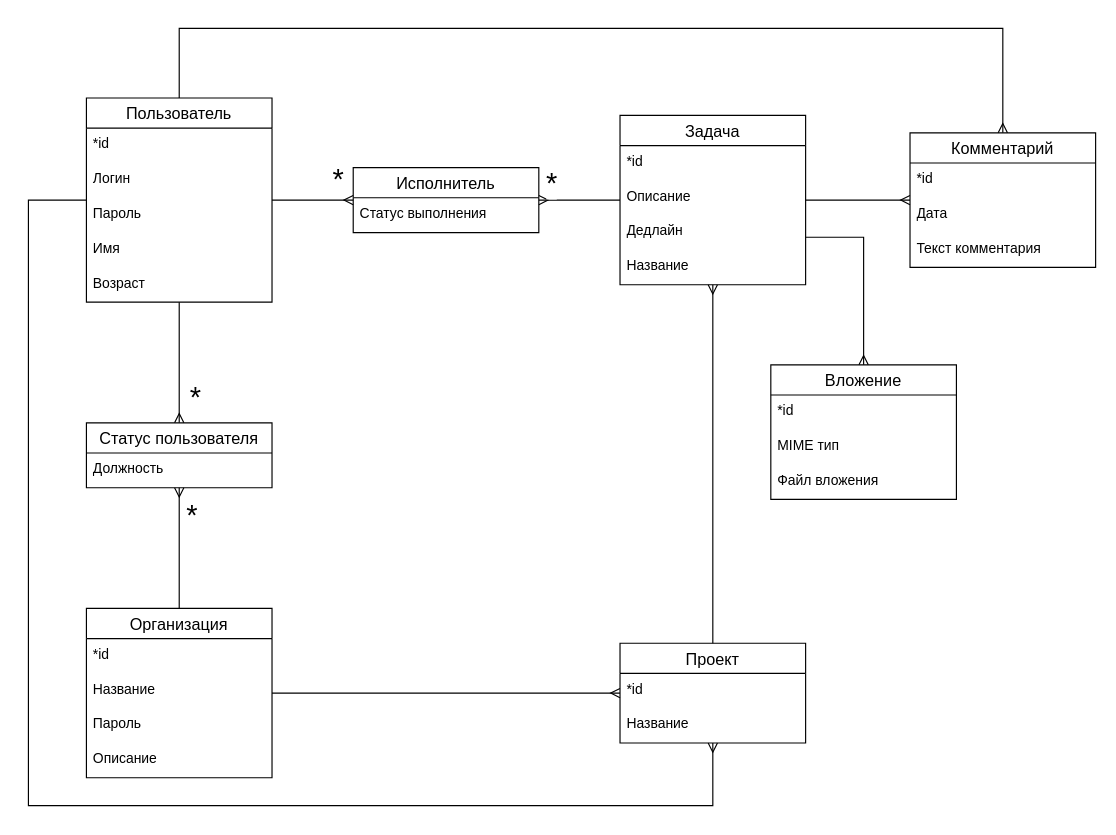
The draw.io diagram doc/erd.drawio in FYNJYserty/TaskTracker, before the edit. Source tidied: cells renumbered, new cells numbered last; positions are measured from the earlier drawing's top-left corner, leaving out a move shared by most shapes. Both pictures are drawn from the tidied source at 116%, with x=0, y=0 at pixel (28, 28).
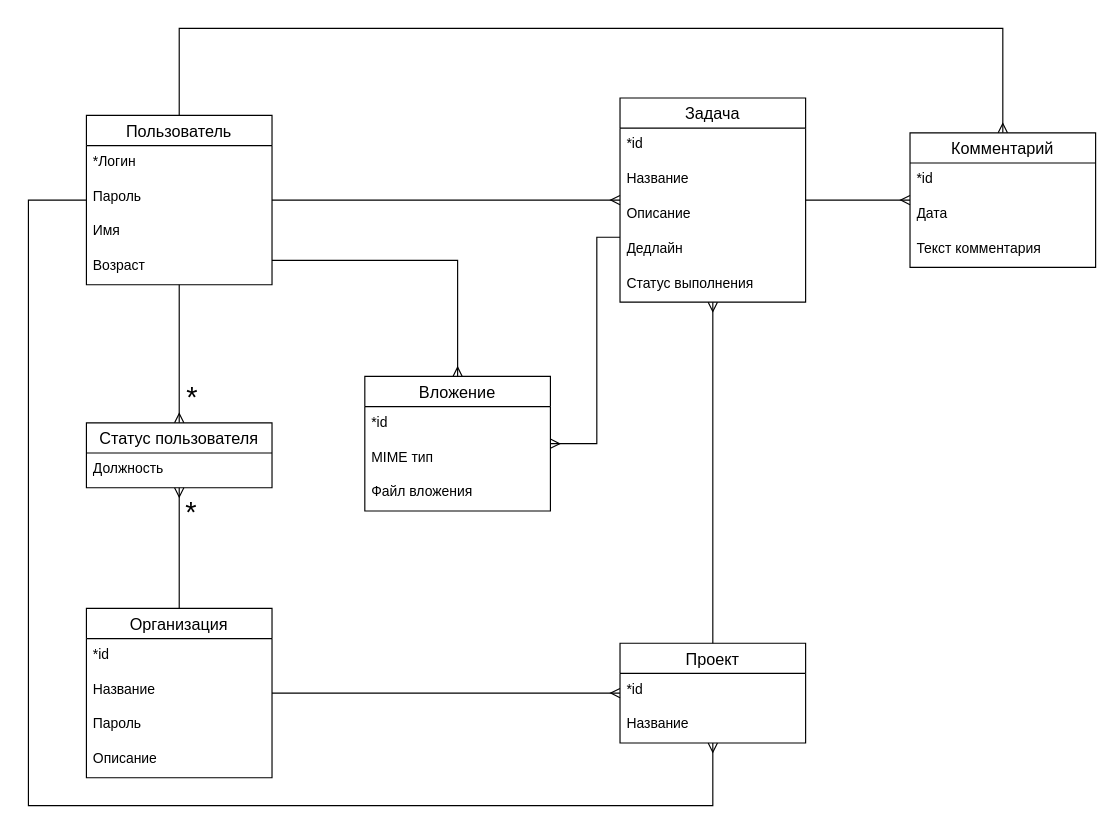
The same page after the edit.

Commit message:
Внесены правки в диаграмму

Unchanged cells that the change refers to:
```xml
<mxCell id="44" style="edgeStyle=orthogonalEdgeStyle;fontSize=12;html=1;endArrow=ERmany;rounded=0;" parent="1" edge="1" source="2" target="41">
  <mxGeometry relative="1" as="geometry" />
</mxCell>
```

Diff of the diagram source:
```diff
@@
     <mxCell id="2" value="Пользователь" style="swimlane;fontStyle=0;horizontal=1;startSize=26;align=center;fontSize=14;" parent="1" vertex="1">
-      <mxGeometry x="50" y="60" width="160" height="176" as="geometry" />
+      <mxGeometry x="50" y="75" width="160" height="146" as="geometry" />
     </mxCell>
-    <mxCell id="3" value="*id" style="text;strokeColor=none;fillColor=none;spacingLeft=4;spacingRight=4;overflow=hidden;fontSize=12;whiteSpace=wrap;html=1;" parent="2" vertex="1">
-      <mxGeometry y="26" width="160" height="30" as="geometry" />
-    </mxCell>
-    <mxCell id="4" value="Логин" style="text;strokeColor=none;fillColor=none;spacingLeft=4;spacingRight=4;overflow=hidden;fontSize=12;whiteSpace=wrap;html=1;" parent="2" vertex="1">
-      <mxGeometry y="56" width="160" height="30" as="geometry" />
+    <mxCell id="4" value="*Логин" style="text;strokeColor=none;fillColor=none;spacingLeft=4;spacingRight=4;overflow=hidden;fontSize=12;whiteSpace=wrap;html=1;" parent="2" vertex="1">
+      <mxGeometry y="26" width="160" height="30" as="geometry" />
     </mxCell>
     <mxCell id="5" value="Пароль" style="text;strokeColor=none;fillColor=none;spacingLeft=4;spacingRight=4;overflow=hidden;fontSize=12;whiteSpace=wrap;html=1;" parent="2" vertex="1">
-      <mxGeometry y="86" width="160" height="30" as="geometry" />
+      <mxGeometry y="56" width="160" height="30" as="geometry" />
     </mxCell>
     <mxCell id="6" value="Имя" style="text;strokeColor=none;fillColor=none;spacingLeft=4;spacingRight=4;overflow=hidden;fontSize=12;whiteSpace=wrap;html=1;" parent="2" vertex="1">
-      <mxGeometry y="116" width="160" height="30" as="geometry" />
+      <mxGeometry y="86" width="160" height="30" as="geometry" />
     </mxCell>
     <mxCell id="7" value="Возраст" style="text;strokeColor=none;fillColor=none;spacingLeft=4;spacingRight=4;overflow=hidden;fontSize=12;whiteSpace=wrap;html=1;" parent="2" vertex="1">
-      <mxGeometry y="146" width="160" height="30" as="geometry" />
+      <mxGeometry y="116" width="160" height="30" as="geometry" />
     </mxCell>
@@
     <mxCell id="13" value="Задача" style="swimlane;fontStyle=0;horizontal=1;startSize=26;align=center;fontSize=14;" parent="1" vertex="1">
-      <mxGeometry x="510" y="75" width="160" height="146" as="geometry" />
+      <mxGeometry x="510" y="60" width="160" height="176" as="geometry" />
     </mxCell>
@@
+    <mxCell id="17" value="Название" style="text;strokeColor=none;fillColor=none;spacingLeft=4;spacingRight=4;overflow=hidden;fontSize=12;whiteSpace=wrap;html=1;" parent="13" vertex="1">
+      <mxGeometry y="56" width="160" height="30" as="geometry" />
+    </mxCell>
     <mxCell id="15" value="Описание" style="text;strokeColor=none;fillColor=none;spacingLeft=4;spacingRight=4;overflow=hidden;fontSize=12;whiteSpace=wrap;html=1;" parent="13" vertex="1">
-      <mxGeometry y="56" width="160" height="30" as="geometry" />
+      <mxGeometry y="86" width="160" height="30" as="geometry" />
     </mxCell>
     <mxCell id="16" value="Дедлайн" style="text;strokeColor=none;fillColor=none;spacingLeft=4;spacingRight=4;overflow=hidden;fontSize=12;whiteSpace=wrap;html=1;" parent="13" vertex="1">
-      <mxGeometry y="86" width="160" height="30" as="geometry" />
+      <mxGeometry y="116" width="160" height="30" as="geometry" />
     </mxCell>
-    <mxCell id="17" value="Название" style="text;strokeColor=none;fillColor=none;spacingLeft=4;spacingRight=4;overflow=hidden;fontSize=12;whiteSpace=wrap;html=1;" parent="13" vertex="1">
-      <mxGeometry y="116" width="160" height="30" as="geometry" />
-    </mxCell>
+    <mxCell id="35" value="Статус выполнения" style="text;strokeColor=none;fillColor=none;spacingLeft=4;spacingRight=4;overflow=hidden;fontSize=12;whiteSpace=wrap;html=1;" parent="13" vertex="1">
+      <mxGeometry y="146" width="160" height="30" as="geometry" />
+    </mxCell>
@@
     <mxCell id="22" value="Вложение" style="swimlane;fontStyle=0;horizontal=1;startSize=26;align=center;fontSize=14;" parent="1" vertex="1">
-      <mxGeometry x="640" y="290" width="160" height="116" as="geometry" />
+      <mxGeometry x="290" y="300" width="160" height="116" as="geometry" />
     </mxCell>
@@
-    <mxCell id="34" value="Исполнитель" style="swimlane;fontStyle=0;horizontal=1;startSize=26;align=center;fontSize=14;" parent="1" vertex="1">
-      <mxGeometry x="280" y="120" width="160" height="56" as="geometry" />
-    </mxCell>
-    <mxCell id="35" value="Статус выполнения" style="text;strokeColor=none;fillColor=none;spacingLeft=4;spacingRight=4;overflow=hidden;fontSize=12;whiteSpace=wrap;html=1;" parent="34" vertex="1">
-      <mxGeometry y="26" width="160" height="30" as="geometry" />
-    </mxCell>
-    <mxCell id="36" style="edgeStyle=orthogonalEdgeStyle;fontSize=12;html=1;endArrow=ERmany;rounded=0;" parent="1" edge="1" source="2" target="34">
+    <mxCell id="36" style="edgeStyle=orthogonalEdgeStyle;fontSize=12;html=1;endArrow=ERmany;rounded=0;" parent="1" edge="1" source="2" target="13">
       <mxGeometry relative="1" as="geometry" />
     </mxCell>
-    <mxCell id="37" style="edgeStyle=entityRelationEdgeStyle;fontSize=12;html=1;endArrow=ERmany;rounded=0;" parent="1" edge="1" source="13" target="34">
-      <mxGeometry relative="1" as="geometry" />
-    </mxCell>
-    <mxCell id="38" value="&lt;font style=&quot;font-size: 25px;&quot;&gt;*&lt;/font&gt;" style="edgeLabel;html=1;align=center;verticalAlign=middle;" parent="37" vertex="1">
-      <mxGeometry x="0.34" y="2" relative="1" as="geometry">
-        <mxPoint x="-13" y="-19" as="offset" />
-      </mxGeometry>
-    </mxCell>
-    <mxCell id="39" value="&lt;font style=&quot;font-size: 25px;&quot;&gt;*&lt;/font&gt;" style="edgeLabel;html=1;align=center;verticalAlign=middle;" parent="1" vertex="1">
-      <mxGeometry x="290" y="150" as="geometry">
-        <mxPoint x="-24" y="-22" as="offset" />
-      </mxGeometry>
-    </mxCell>
     <mxCell id="40" style="edgeStyle=orthogonalEdgeStyle;fontSize=12;html=1;endArrow=ERmany;startArrow=none;rounded=0;startFill=0;" parent="1" edge="1" source="13" target="22">
       <mxGeometry relative="1" as="geometry">
         <Array as="points">
-          <mxPoint x="720" y="180" />
+          <mxPoint x="490" y="180" />
+          <mxPoint x="490" y="358" />
         </Array>
       </mxGeometry>
     </mxCell>
@@
-    <mxCell id="45" value="&lt;font style=&quot;font-size: 25px;&quot;&gt;*&lt;/font&gt;" style="edgeLabel;html=1;align=center;verticalAlign=middle;" parent="1" vertex="1">
-      <mxGeometry x="450" y="140" as="geometry">
-        <mxPoint x="-307" y="176" as="offset" />
-      </mxGeometry>
-    </mxCell>
-    <mxCell id="46" value="&lt;font style=&quot;font-size: 25px;&quot;&gt;*&lt;/font&gt;" style="edgeLabel;html=1;align=center;verticalAlign=middle;" parent="1" vertex="1">
-      <mxGeometry x="470" y="160" as="geometry">
-        <mxPoint x="-330" y="258" as="offset" />
-      </mxGeometry>
-    </mxCell>
+    <mxCell id="47" value="&lt;font style=&quot;font-size: 25px;&quot;&gt;*&lt;/font&gt;" style="edgeLabel;html=1;align=center;verticalAlign=middle;" parent="44" vertex="1">
+      <mxGeometry x="0.41" relative="1" as="geometry">
+        <mxPoint x="10" y="11" as="offset" />
+      </mxGeometry>
+    </mxCell>
+    <mxCell id="48" value="&lt;font style=&quot;font-size: 25px;&quot;&gt;*&lt;/font&gt;" style="edgeLabel;html=1;align=center;verticalAlign=middle;" parent="1" vertex="1">
+      <mxGeometry x="150" y="326" as="geometry">
+        <mxPoint x="-11" y="89" as="offset" />
+      </mxGeometry>
+    </mxCell>
+    <mxCell id="49" style="edgeStyle=orthogonalEdgeStyle;fontSize=12;html=1;endArrow=ERmany;rounded=0;" parent="1" edge="1" source="2" target="22">
+      <mxGeometry relative="1" as="geometry">
+        <Array as="points">
+          <mxPoint x="370" y="200" />
+        </Array>
+      </mxGeometry>
+    </mxCell>
```
